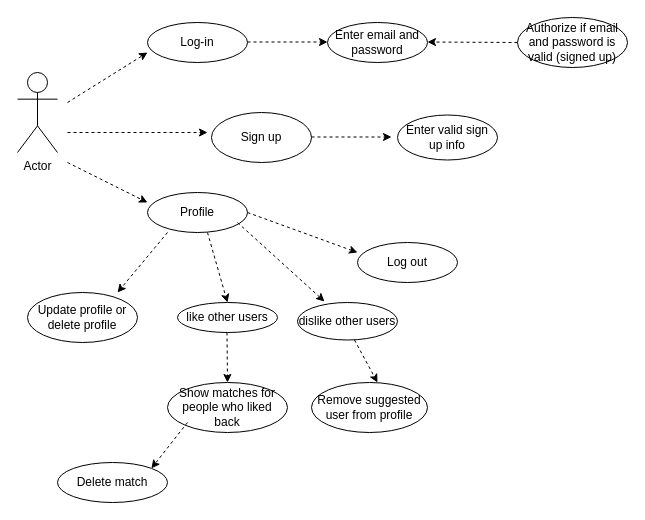
Earlier version of the draw.io diagram page "Page-1" (1 of 2) of Untitled Diagram.drawio (Elena51513155/Eksamenendelig). Source tidied: cells renumbered, new cells numbered last; positions are measured from the earlier drawing's top-left corner, leaving out a move shared by most shapes. Both pictures are drawn from the tidied source at 100%, with x=0, y=0 at pixel (17, 17).
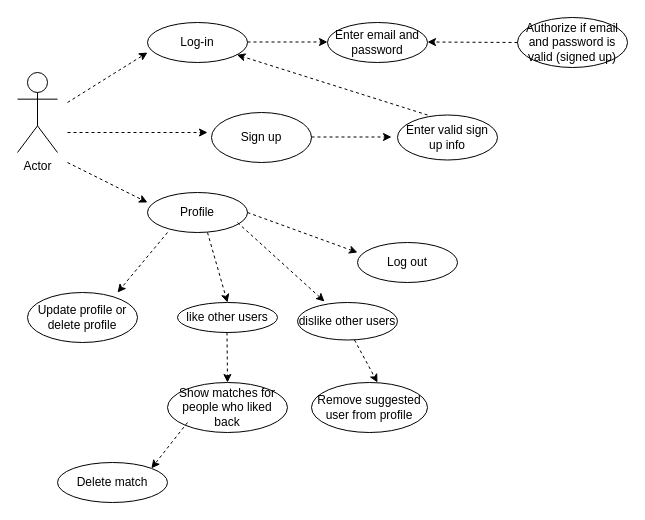
Above is the later version.

The change refers to these unchanged cells:
```xml
<mxCell id="5" value="Log-in" style="ellipse;whiteSpace=wrap;html=1;" parent="1" vertex="1">
  <mxGeometry x="130" y="5" width="100" height="40" as="geometry" />
</mxCell>
```

What changed in the source:
```diff
@@
+    <mxCell id="29" style="endArrow=classic;dashed=1;html=1;" parent="1" edge="1" target="5">
+      <mxGeometry relative="1" as="geometry">
+        <mxPoint x="410" y="97.5" as="sourcePoint" />
+      </mxGeometry>
+    </mxCell>
```
